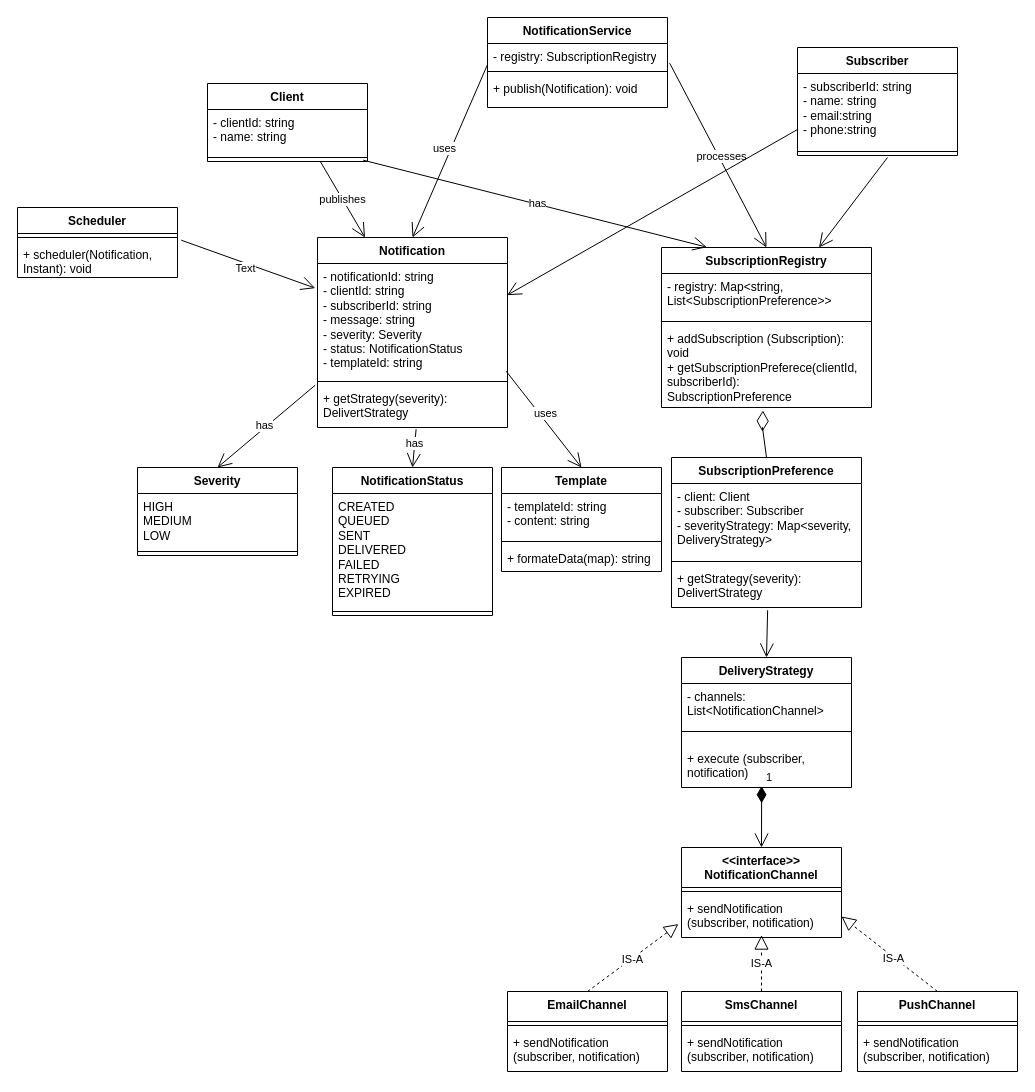
Above: LLD/notification-system/notification-system.drawio in Supreeta09/KnowledgeHub-SystemDesign (draw.io), before the change. Source tidied: cells renumbered, new cells numbered last; positions are measured from the earlier drawing's top-left corner, leaving out a move shared by most shapes. Both pictures are drawn from the tidied source at 100%, with x=0, y=0 at pixel (17, 17).
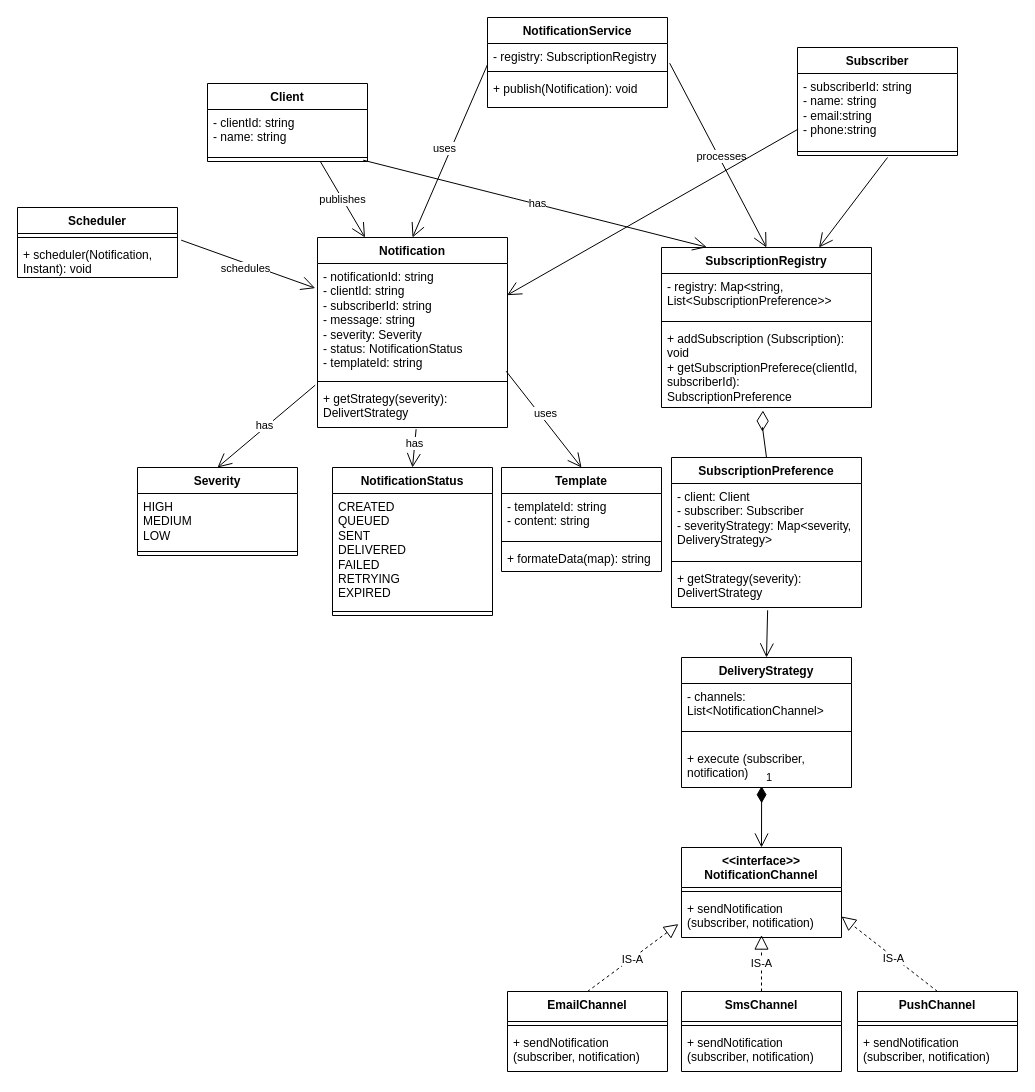
The same page after the edit.

Commit message:
Modify notification system diagram

Unchanged cells that the change refers to:
```xml
<mxCell id="75" style="endArrow=open;endFill=1;endSize=12;html=1;rounded=0;exitX=1.023;exitY=-0.037;exitDx=0;exitDy=0;exitPerimeter=0;entryX=-0.012;entryY=0.216;entryDx=0;entryDy=0;entryPerimeter=0;" parent="1" edge="1" source="74" target="40">
  <mxGeometry relative="1" as="geometry" />
</mxCell>
```

Change to the diagram source:
```diff
@@
-    <mxCell id="76" value="Text" style="edgeLabel;html=1;align=center;verticalAlign=middle;" parent="75" vertex="1">
+    <mxCell id="76" value="schedules" style="edgeLabel;html=1;align=center;verticalAlign=middle;" parent="75" vertex="1">
       <mxGeometry x="-0.01" y="-4" relative="1" as="geometry">
         <mxPoint x="-1" as="offset" />
       </mxGeometry>
     </mxCell>
```
